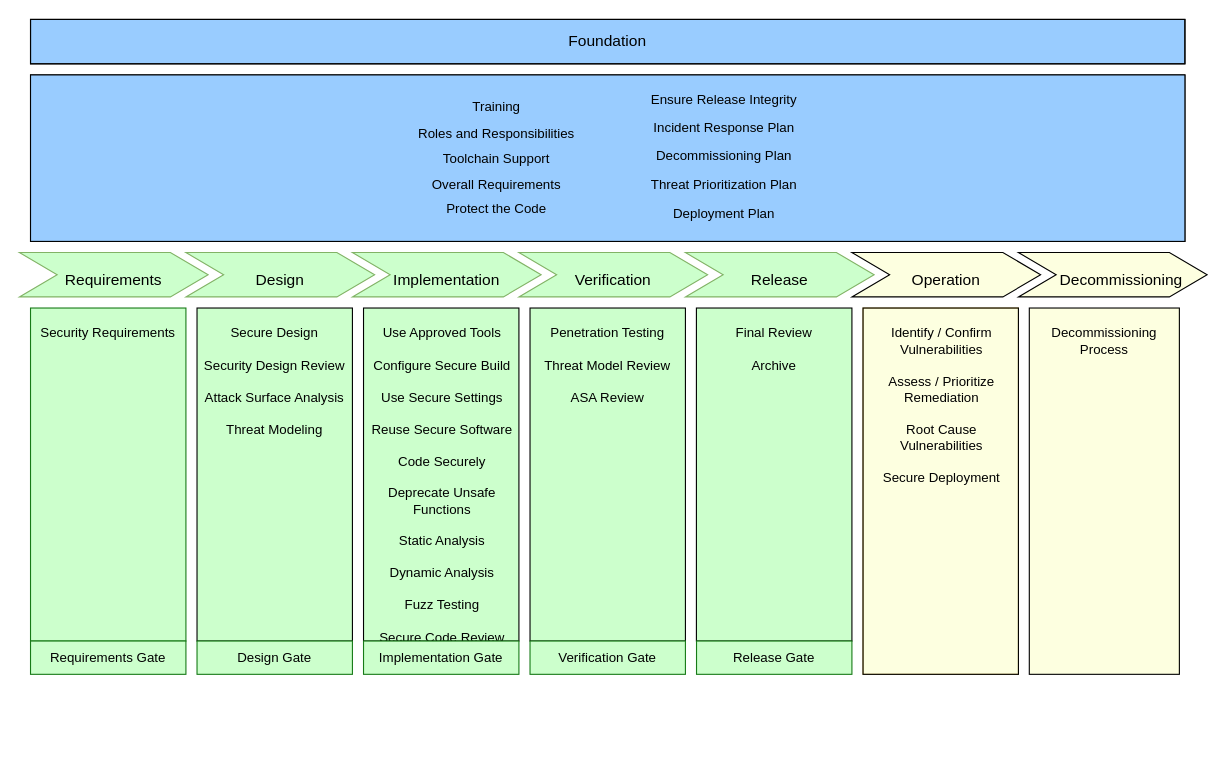
Earlier version of the draw.io diagram page "linear" (1 of 2) of source/primary_document/images/source/AVCDL_framework.drawio (nutonomy/AVCDL). Source tidied: cells renumbered, new cells numbered last; positions are measured from the earlier drawing's top-left corner, leaving out a move shared by most shapes. Both pictures are drawn from the tidied source at 111%, with x=0, y=0 at pixel (19, 19).
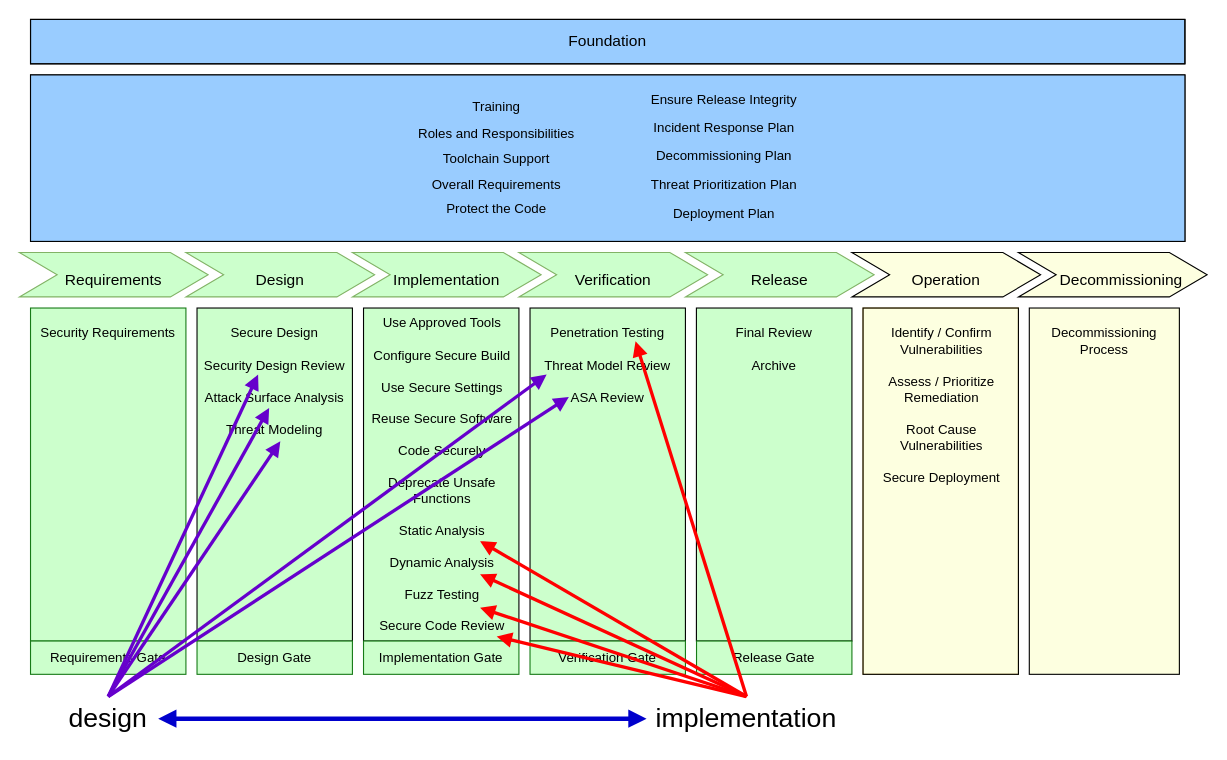
Above is the later version.

Unchanged cells that the change refers to:
```xml
<mxCell id="9" value="&lt;div&gt;&lt;span&gt;&lt;br&gt;&lt;/span&gt;&lt;/div&gt;&lt;div&gt;&lt;span&gt;Penetration Testing&lt;/span&gt;&lt;br&gt;&lt;/div&gt;&lt;div&gt;&lt;br&gt;&lt;/div&gt;&lt;div&gt;Threat Model Review&lt;/div&gt;&lt;div&gt;&lt;br&gt;&lt;/div&gt;&lt;div&gt;ASA Review&lt;/div&gt;" style="text;spacingTop=-5;fillColor=#99FF99;whiteSpace=wrap;html=1;align=center;fontSize=12;fontFamily=Helvetica;fillColor=none;strokeColor=none;" parent="1" vertex="1">
  <mxGeometry x="460" y="260" width="140" height="300" as="geometry" />
</mxCell>
<mxCell id="11" value="&lt;br&gt;Secure Design&lt;br&gt;&lt;br&gt;Security Design Review&lt;br&gt;&lt;br&gt;Attack Surface Analysis&lt;br&gt;&lt;br&gt;Threat Modeling" style="text;spacingTop=-5;fillColor=#99FF99;whiteSpace=wrap;html=1;align=center;fontSize=12;fontFamily=Helvetica;fillColor=none;strokeColor=none;" parent="1" vertex="1">
  <mxGeometry x="160" y="260" width="140" height="300" as="geometry" />
</mxCell>
```

What changed in the source:
```diff
@@
-    <mxCell id="10" value="&lt;div style=&quot;text-align: center&quot;&gt;&lt;span&gt;&lt;br&gt;&lt;/span&gt;&lt;/div&gt;&lt;div style=&quot;text-align: center&quot;&gt;&lt;span&gt;Use Approved Tools&lt;/span&gt;&lt;/div&gt;&lt;div style=&quot;text-align: center&quot;&gt;&lt;br&gt;&lt;/div&gt;&lt;div style=&quot;text-align: center&quot;&gt;Configure Secure Build&lt;/div&gt;&lt;div style=&quot;text-align: center&quot;&gt;&lt;br&gt;&lt;/div&gt;&lt;div style=&quot;text-align: center&quot;&gt;Use Secure Settings&lt;/div&gt;&lt;div style=&quot;text-align: center&quot;&gt;&lt;br&gt;&lt;/div&gt;&lt;div style=&quot;text-align: center&quot;&gt;Reuse Secure Software&lt;/div&gt;&lt;div style=&quot;text-align: center&quot;&gt;&lt;br&gt;&lt;/div&gt;&lt;div style=&quot;text-align: center&quot;&gt;Code Securely&lt;/div&gt;&lt;div style=&quot;text-align: center&quot;&gt;&lt;br&gt;&lt;/div&gt;&lt;div style=&quot;text-align: center&quot;&gt;&lt;span&gt;Deprecate Unsafe Functions&lt;/span&gt;&lt;/div&gt;&lt;div style=&quot;text-align: center&quot;&gt;&lt;br&gt;&lt;/div&gt;&lt;div style=&quot;text-align: center&quot;&gt;&lt;span&gt;Static Analysis&lt;/span&gt;&lt;/div&gt;&lt;div style=&quot;text-align: center&quot;&gt;&lt;span&gt;&lt;br&gt;&lt;/span&gt;&lt;/div&gt;&lt;div style=&quot;text-align: center&quot;&gt;&lt;span&gt;Dynamic Analysis&lt;/span&gt;&lt;/div&gt;&lt;div style=&quot;text-align: center&quot;&gt;&lt;span&gt;&lt;br&gt;&lt;/span&gt;&lt;/div&gt;&lt;div style=&quot;text-align: center&quot;&gt;&lt;span&gt;Fuzz Testing&lt;/span&gt;&lt;/div&gt;&lt;div style=&quot;text-align: center&quot;&gt;&lt;br&gt;&lt;/div&gt;&lt;div style=&quot;text-align: center&quot;&gt;Secure Code Review&lt;/div&gt;" style="text;spacingTop=-5;fillColor=#99FF99;whiteSpace=wrap;html=1;align=left;fontSize=12;fontFamily=Helvetica;fillColor=none;strokeColor=none;" parent="1" vertex="1">
-      <mxGeometry x="310" y="260" width="140" height="300" as="geometry" />
+    <mxCell id="10" value="&lt;div style=&quot;text-align: center&quot;&gt;&lt;span style=&quot;background-color: initial;&quot;&gt;Use Approved Tools&lt;/span&gt;&lt;br&gt;&lt;/div&gt;&lt;div style=&quot;text-align: center&quot;&gt;&lt;br&gt;&lt;/div&gt;&lt;div style=&quot;text-align: center&quot;&gt;Configure Secure Build&lt;/div&gt;&lt;div style=&quot;text-align: center&quot;&gt;&lt;br&gt;&lt;/div&gt;&lt;div style=&quot;text-align: center&quot;&gt;Use Secure Settings&lt;/div&gt;&lt;div style=&quot;text-align: center&quot;&gt;&lt;br&gt;&lt;/div&gt;&lt;div style=&quot;text-align: center&quot;&gt;Reuse Secure Software&lt;/div&gt;&lt;div style=&quot;text-align: center&quot;&gt;&lt;br&gt;&lt;/div&gt;&lt;div style=&quot;text-align: center&quot;&gt;Code Securely&lt;/div&gt;&lt;div style=&quot;text-align: center&quot;&gt;&lt;br&gt;&lt;/div&gt;&lt;div style=&quot;text-align: center&quot;&gt;&lt;span&gt;Deprecate Unsafe Functions&lt;/span&gt;&lt;/div&gt;&lt;div style=&quot;text-align: center&quot;&gt;&lt;br&gt;&lt;/div&gt;&lt;div style=&quot;text-align: center&quot;&gt;&lt;span&gt;Static Analysis&lt;/span&gt;&lt;/div&gt;&lt;div style=&quot;text-align: center&quot;&gt;&lt;span&gt;&lt;br&gt;&lt;/span&gt;&lt;/div&gt;&lt;div style=&quot;text-align: center&quot;&gt;&lt;span&gt;Dynamic Analysis&lt;/span&gt;&lt;/div&gt;&lt;div style=&quot;text-align: center&quot;&gt;&lt;span&gt;&lt;br&gt;&lt;/span&gt;&lt;/div&gt;&lt;div style=&quot;text-align: center&quot;&gt;&lt;span&gt;Fuzz Testing&lt;/span&gt;&lt;/div&gt;&lt;div style=&quot;text-align: center&quot;&gt;&lt;br&gt;&lt;/div&gt;&lt;div style=&quot;text-align: center&quot;&gt;Secure Code Review&lt;/div&gt;" style="text;spacingTop=-5;fillColor=#99FF99;whiteSpace=wrap;html=1;align=left;fontSize=12;fontFamily=Helvetica;fillColor=none;strokeColor=none;" parent="1" vertex="1">
+      <mxGeometry x="310" y="265" width="140" height="290" as="geometry" />
     </mxCell>
@@
+    <mxCell id="36" parent="0" />
+    <mxCell id="37" value="&lt;span style=&quot;color: rgb(0, 0, 0); font-family: helvetica; font-style: normal; font-variant-ligatures: normal; font-variant-caps: normal; font-weight: 400; letter-spacing: normal; orphans: 2; text-indent: 0px; text-transform: none; widows: 2; word-spacing: 0px; -webkit-text-stroke-width: 0px; background-color: rgb(255, 255, 255); text-decoration-thickness: initial; text-decoration-style: initial; text-decoration-color: initial; float: none; display: inline !important;&quot;&gt;&lt;font style=&quot;font-size: 24px;&quot;&gt;implementation&lt;/font&gt;&lt;/span&gt;" style="text;whiteSpace=wrap;html=1;align=center;verticalAlign=middle;" parent="36" vertex="1">
+      <mxGeometry x="565" y="610" width="180" height="40" as="geometry" />
+    </mxCell>
+    <mxCell id="38" value="&lt;span style=&quot;color: rgb(0, 0, 0); font-family: helvetica; font-style: normal; font-variant-ligatures: normal; font-variant-caps: normal; font-weight: 400; letter-spacing: normal; orphans: 2; text-indent: 0px; text-transform: none; widows: 2; word-spacing: 0px; -webkit-text-stroke-width: 0px; background-color: rgb(255, 255, 255); text-decoration-thickness: initial; text-decoration-style: initial; text-decoration-color: initial; float: none; display: inline !important;&quot;&gt;&lt;font style=&quot;font-size: 24px;&quot;&gt;design&lt;/font&gt;&lt;/span&gt;" style="text;whiteSpace=wrap;html=1;align=center;verticalAlign=middle;" parent="36" vertex="1">
+      <mxGeometry x="35" y="610" width="90" height="40" as="geometry" />
+    </mxCell>
+    <mxCell id="39" style="endArrow=block;html=1;rounded=0;fontSize=24;fontColor=#6600CC;strokeColor=#6600CC;strokeWidth=3;endFill=1;exitX=0.5;exitY=0;exitDx=0;exitDy=0;entryX=0.25;entryY=0.267;entryDx=0;entryDy=0;entryPerimeter=0;" parent="36" edge="1" source="38" target="9">
+      <mxGeometry relative="1" as="geometry" />
+    </mxCell>
+    <mxCell id="40" style="endArrow=block;html=1;rounded=0;fontSize=24;fontColor=#6600CC;strokeColor=#6600CC;strokeWidth=3;endFill=1;exitX=0.5;exitY=0;exitDx=0;exitDy=0;entryX=0.107;entryY=0.2;entryDx=0;entryDy=0;entryPerimeter=0;" parent="36" edge="1" source="38" target="9">
+      <mxGeometry relative="1" as="geometry" />
+    </mxCell>
+    <mxCell id="41" style="endArrow=block;html=1;rounded=0;fontSize=24;fontColor=#6600CC;strokeColor=#6600CC;strokeWidth=3;endFill=1;exitX=0.5;exitY=0;exitDx=0;exitDy=0;entryX=0.393;entryY=0.2;entryDx=0;entryDy=0;entryPerimeter=0;" parent="36" edge="1" source="38" target="11">
+      <mxGeometry relative="1" as="geometry" />
+    </mxCell>
+    <mxCell id="42" style="endArrow=block;html=1;rounded=0;fontSize=24;fontColor=#6600CC;strokeColor=#6600CC;strokeWidth=3;endFill=1;exitX=0.5;exitY=0;exitDx=0;exitDy=0;entryX=0.464;entryY=0.3;entryDx=0;entryDy=0;entryPerimeter=0;" parent="36" edge="1" source="38" target="11">
+      <mxGeometry relative="1" as="geometry" />
+    </mxCell>
+    <mxCell id="43" style="endArrow=block;html=1;rounded=0;fontSize=24;fontColor=#6600CC;strokeColor=#6600CC;strokeWidth=3;endFill=1;exitX=0.5;exitY=0;exitDx=0;exitDy=0;entryX=0.536;entryY=0.4;entryDx=0;entryDy=0;entryPerimeter=0;" parent="36" edge="1" source="38" target="11">
+      <mxGeometry relative="1" as="geometry" />
+    </mxCell>
+    <mxCell id="44" style="endArrow=block;html=1;rounded=0;fontSize=24;fontColor=#6600CC;strokeColor=#0000CC;strokeWidth=4;endFill=1;exitX=1;exitY=0.5;exitDx=0;exitDy=0;entryX=0;entryY=0.5;entryDx=0;entryDy=0;startArrow=block;startFill=1;" parent="36" edge="1" source="38" target="37">
+      <mxGeometry relative="1" as="geometry" />
+    </mxCell>
+    <mxCell id="45" style="endArrow=block;html=1;rounded=0;fontSize=24;fontColor=#6600CC;strokeColor=#FF0000;strokeWidth=3;endFill=1;exitX=0.5;exitY=0;exitDx=0;exitDy=0;entryX=0.857;entryY=1.003;entryDx=0;entryDy=0;entryPerimeter=0;" parent="36" edge="1" source="37" target="10">
+      <mxGeometry relative="1" as="geometry" />
+    </mxCell>
+    <mxCell id="46" style="endArrow=block;html=1;rounded=0;fontSize=24;fontColor=#6600CC;strokeColor=#FF0000;strokeWidth=3;endFill=1;exitX=0.5;exitY=0;exitDx=0;exitDy=0;entryX=0.75;entryY=0.914;entryDx=0;entryDy=0;entryPerimeter=0;" parent="36" edge="1" source="37" target="10">
+      <mxGeometry relative="1" as="geometry" />
+    </mxCell>
+    <mxCell id="47" style="endArrow=block;html=1;rounded=0;fontSize=24;fontColor=#6600CC;strokeColor=#FF0000;strokeWidth=3;endFill=1;exitX=0.5;exitY=0;exitDx=0;exitDy=0;entryX=0.75;entryY=0.81;entryDx=0;entryDy=0;entryPerimeter=0;" parent="36" edge="1" source="37" target="10">
+      <mxGeometry relative="1" as="geometry" />
+    </mxCell>
+    <mxCell id="48" style="endArrow=block;html=1;rounded=0;fontSize=24;fontColor=#6600CC;strokeColor=#FF0000;strokeWidth=3;endFill=1;exitX=0.5;exitY=0;exitDx=0;exitDy=0;entryX=0.75;entryY=0.707;entryDx=0;entryDy=0;entryPerimeter=0;" parent="36" edge="1" source="37" target="10">
+      <mxGeometry relative="1" as="geometry" />
+    </mxCell>
+    <mxCell id="49" style="endArrow=block;html=1;rounded=0;fontSize=24;fontColor=#6600CC;strokeColor=#FF0000;strokeWidth=3;endFill=1;exitX=0.5;exitY=0;exitDx=0;exitDy=0;entryX=0.679;entryY=0.1;entryDx=0;entryDy=0;entryPerimeter=0;" parent="36" edge="1" source="37" target="9">
+      <mxGeometry relative="1" as="geometry" />
+    </mxCell>
```
